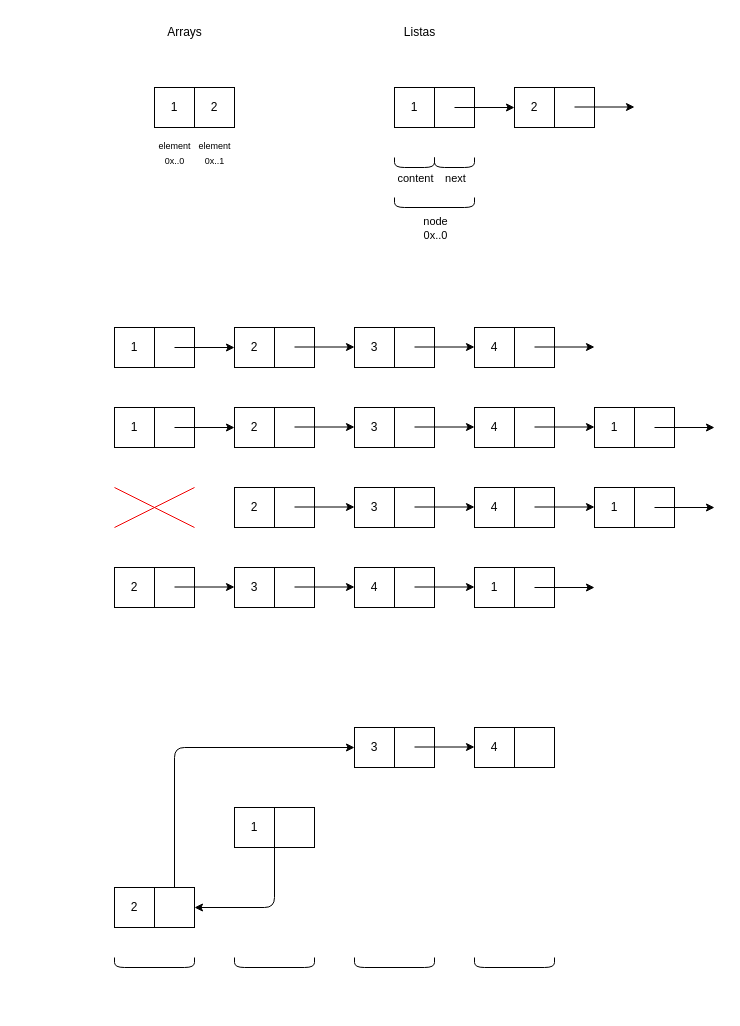
jd17jd/42_Push_swap keeps this draw.io diagram as resources/lists.drawio. Above is the earlier version. Source tidied: cells renumbered, new cells numbered last; positions are measured from the earlier drawing's top-left corner, leaving out a move shared by most shapes. Both pictures are drawn from the tidied source at 100%, with x=0, y=0 at pixel (114, 17).
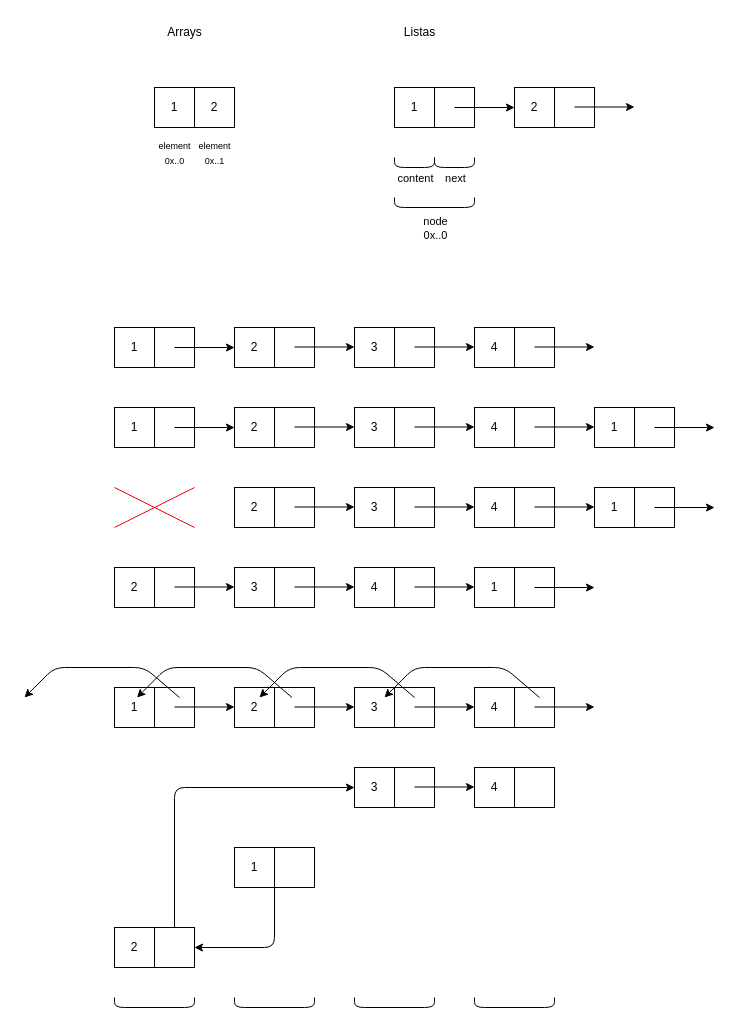
Above is the later version.

Change to the diagram source:
```diff
@@
     <mxCell id="73" style="whiteSpace=wrap;html=1;" parent="1" vertex="1">
-      <mxGeometry x="120" y="790" width="80" height="40" as="geometry" />
+      <mxGeometry x="120" y="830" width="80" height="40" as="geometry" />
     </mxCell>
     <mxCell id="74" style="edgeStyle=none;html=1;entryX=1;entryY=0.5;entryDx=0;entryDy=0;" parent="1" edge="1" source="73" target="76">
       <mxGeometry relative="1" as="geometry">
         <Array as="points">
-          <mxPoint x="160" y="890" />
+          <mxPoint x="160" y="930" />
         </Array>
       </mxGeometry>
     </mxCell>
     <mxCell id="75" value="1" style="whiteSpace=wrap;html=1;" parent="1" vertex="1">
-      <mxGeometry x="120" y="790" width="40" height="40" as="geometry" />
+      <mxGeometry x="120" y="830" width="40" height="40" as="geometry" />
     </mxCell>
     <mxCell id="76" style="whiteSpace=wrap;html=1;" parent="1" vertex="1">
-      <mxGeometry y="870" width="80" height="40" as="geometry" />
+      <mxGeometry y="910" width="80" height="40" as="geometry" />
     </mxCell>
     <mxCell id="77" value="2" style="whiteSpace=wrap;html=1;" parent="1" vertex="1">
-      <mxGeometry y="870" width="40" height="40" as="geometry" />
+      <mxGeometry y="910" width="40" height="40" as="geometry" />
     </mxCell>
     <mxCell id="78" style="edgeStyle=none;jettySize=auto;html=1;entryX=0;entryY=0.5;entryDx=0;entryDy=0;exitX=0.75;exitY=0;exitDx=0;exitDy=0;" parent="1" edge="1" source="76" target="80">
       <mxGeometry relative="1" as="geometry">
         <Array as="points">
-          <mxPoint x="60" y="730" />
+          <mxPoint x="60" y="770" />
         </Array>
       </mxGeometry>
     </mxCell>
     <mxCell id="79" style="whiteSpace=wrap;html=1;" parent="1" vertex="1">
-      <mxGeometry x="240" y="710" width="80" height="40" as="geometry" />
+      <mxGeometry x="240" y="750" width="80" height="40" as="geometry" />
     </mxCell>
     <mxCell id="80" value="3" style="whiteSpace=wrap;html=1;" parent="1" vertex="1">
-      <mxGeometry x="240" y="710" width="40" height="40" as="geometry" />
+      <mxGeometry x="240" y="750" width="40" height="40" as="geometry" />
     </mxCell>
     <mxCell id="81" style="edgeStyle=none;orthogonalLoop=1;jettySize=auto;html=1;" parent="1" edge="1">
       <mxGeometry relative="1" as="geometry">
-        <mxPoint x="300" y="729.5" as="sourcePoint" />
-        <mxPoint x="360" y="729.5" as="targetPoint" />
+        <mxPoint x="300" y="769.5" as="sourcePoint" />
+        <mxPoint x="360" y="769.5" as="targetPoint" />
       </mxGeometry>
     </mxCell>
     <mxCell id="82" style="whiteSpace=wrap;html=1;" parent="1" vertex="1">
-      <mxGeometry x="360" y="710" width="80" height="40" as="geometry" />
+      <mxGeometry x="360" y="750" width="80" height="40" as="geometry" />
     </mxCell>
     <mxCell id="83" value="4" style="whiteSpace=wrap;html=1;" parent="1" vertex="1">
-      <mxGeometry x="360" y="710" width="40" height="40" as="geometry" />
+      <mxGeometry x="360" y="750" width="40" height="40" as="geometry" />
     </mxCell>
     <mxCell id="84" style="endArrow=none;html=1;" parent="1" edge="1">
       <mxGeometry relative="1" as="geometry">
-        <mxPoint y="940" as="sourcePoint" />
-        <mxPoint x="80" y="940" as="targetPoint" />
+        <mxPoint y="980" as="sourcePoint" />
+        <mxPoint x="80" y="980" as="targetPoint" />
         <Array as="points">
-          <mxPoint y="950" />
-          <mxPoint x="80" y="950" />
+          <mxPoint y="990" />
+          <mxPoint x="80" y="990" />
         </Array>
       </mxGeometry>
     </mxCell>
     <mxCell id="85" style="endArrow=none;html=1;" parent="1" edge="1">
       <mxGeometry relative="1" as="geometry">
-        <mxPoint x="120" y="940" as="sourcePoint" />
-        <mxPoint x="200" y="940" as="targetPoint" />
+        <mxPoint x="120" y="980" as="sourcePoint" />
+        <mxPoint x="200" y="980" as="targetPoint" />
         <Array as="points">
-          <mxPoint x="120" y="950" />
-          <mxPoint x="200" y="950" />
+          <mxPoint x="120" y="990" />
+          <mxPoint x="200" y="990" />
         </Array>
       </mxGeometry>
     </mxCell>
     <mxCell id="86" style="endArrow=none;html=1;" parent="1" edge="1">
       <mxGeometry relative="1" as="geometry">
-        <mxPoint x="240" y="940" as="sourcePoint" />
-        <mxPoint x="320" y="940" as="targetPoint" />
+        <mxPoint x="240" y="980" as="sourcePoint" />
+        <mxPoint x="320" y="980" as="targetPoint" />
         <Array as="points">
-          <mxPoint x="240" y="950" />
-          <mxPoint x="320" y="950" />
+          <mxPoint x="240" y="990" />
+          <mxPoint x="320" y="990" />
         </Array>
       </mxGeometry>
     </mxCell>
     <mxCell id="87" style="endArrow=none;html=1;" parent="1" edge="1">
       <mxGeometry relative="1" as="geometry">
-        <mxPoint x="360" y="940" as="sourcePoint" />
-        <mxPoint x="440" y="940" as="targetPoint" />
+        <mxPoint x="360" y="980" as="sourcePoint" />
+        <mxPoint x="440" y="980" as="targetPoint" />
         <Array as="points">
-          <mxPoint x="360" y="950" />
-          <mxPoint x="440" y="950" />
+          <mxPoint x="360" y="990" />
+          <mxPoint x="440" y="990" />
         </Array>
       </mxGeometry>
     </mxCell>
+    <mxCell id="88" style="whiteSpace=wrap;html=1;" parent="1" vertex="1">
+      <mxGeometry x="240" y="670" width="80" height="40" as="geometry" />
+    </mxCell>
+    <mxCell id="89" value="3" style="whiteSpace=wrap;html=1;" parent="1" vertex="1">
+      <mxGeometry x="240" y="670" width="40" height="40" as="geometry" />
+    </mxCell>
+    <mxCell id="90" style="edgeStyle=none;orthogonalLoop=1;jettySize=auto;html=1;" parent="1" edge="1">
+      <mxGeometry relative="1" as="geometry">
+        <mxPoint x="300" y="689.5" as="sourcePoint" />
+        <mxPoint x="360" y="689.5" as="targetPoint" />
+      </mxGeometry>
+    </mxCell>
+    <mxCell id="91" style="whiteSpace=wrap;html=1;" parent="1" vertex="1">
+      <mxGeometry x="360" y="670" width="80" height="40" as="geometry" />
+    </mxCell>
+    <mxCell id="92" value="4" style="whiteSpace=wrap;html=1;" parent="1" vertex="1">
+      <mxGeometry x="360" y="670" width="40" height="40" as="geometry" />
+    </mxCell>
+    <mxCell id="93" style="whiteSpace=wrap;html=1;" parent="1" vertex="1">
+      <mxGeometry y="670" width="80" height="40" as="geometry" />
+    </mxCell>
+    <mxCell id="94" value="1" style="whiteSpace=wrap;html=1;" parent="1" vertex="1">
+      <mxGeometry y="670" width="40" height="40" as="geometry" />
+    </mxCell>
+    <mxCell id="95" style="whiteSpace=wrap;html=1;" parent="1" vertex="1">
+      <mxGeometry x="120" y="670" width="80" height="40" as="geometry" />
+    </mxCell>
+    <mxCell id="96" style="edgeStyle=none;orthogonalLoop=1;jettySize=auto;html=1;" parent="1" edge="1">
+      <mxGeometry relative="1" as="geometry">
+        <mxPoint x="60" y="689.5" as="sourcePoint" />
+        <mxPoint x="120" y="689.5" as="targetPoint" />
+      </mxGeometry>
+    </mxCell>
+    <mxCell id="97" value="2" style="whiteSpace=wrap;html=1;" parent="1" vertex="1">
+      <mxGeometry x="120" y="670" width="40" height="40" as="geometry" />
+    </mxCell>
+    <mxCell id="98" style="edgeStyle=none;orthogonalLoop=1;jettySize=auto;html=1;" parent="1" edge="1">
+      <mxGeometry relative="1" as="geometry">
+        <mxPoint x="180" y="689.5" as="sourcePoint" />
+        <mxPoint x="240" y="689.5" as="targetPoint" />
+      </mxGeometry>
+    </mxCell>
+    <mxCell id="99" style="edgeStyle=none;orthogonalLoop=1;jettySize=auto;html=1;" parent="1" edge="1">
+      <mxGeometry relative="1" as="geometry">
+        <mxPoint x="300" y="680" as="sourcePoint" />
+        <mxPoint x="145" y="680" as="targetPoint" />
+        <Array as="points">
+          <mxPoint x="265" y="650" />
+          <mxPoint x="175" y="650" />
+        </Array>
+      </mxGeometry>
+    </mxCell>
+    <mxCell id="100" style="edgeStyle=none;orthogonalLoop=1;jettySize=auto;html=1;" parent="1" edge="1">
+      <mxGeometry relative="1" as="geometry">
+        <mxPoint x="177.5" y="680" as="sourcePoint" />
+        <mxPoint x="22.5" y="680" as="targetPoint" />
+        <Array as="points">
+          <mxPoint x="142.5" y="650" />
+          <mxPoint x="52.5" y="650" />
+        </Array>
+      </mxGeometry>
+    </mxCell>
+    <mxCell id="101" style="edgeStyle=none;orthogonalLoop=1;jettySize=auto;html=1;" parent="1" edge="1">
+      <mxGeometry relative="1" as="geometry">
+        <mxPoint x="425" y="680" as="sourcePoint" />
+        <mxPoint x="270" y="680" as="targetPoint" />
+        <Array as="points">
+          <mxPoint x="390" y="650" />
+          <mxPoint x="300" y="650" />
+        </Array>
+      </mxGeometry>
+    </mxCell>
+    <mxCell id="102" style="edgeStyle=none;orthogonalLoop=1;jettySize=auto;html=1;" parent="1" edge="1">
+      <mxGeometry relative="1" as="geometry">
+        <mxPoint x="65" y="680" as="sourcePoint" />
+        <mxPoint x="-90" y="680" as="targetPoint" />
+        <Array as="points">
+          <mxPoint x="30" y="650" />
+          <mxPoint x="-60" y="650" />
+        </Array>
+      </mxGeometry>
+    </mxCell>
+    <mxCell id="103" style="edgeStyle=none;orthogonalLoop=1;jettySize=auto;html=1;" parent="1" edge="1">
+      <mxGeometry relative="1" as="geometry">
+        <mxPoint x="420" y="689.5" as="sourcePoint" />
+        <mxPoint x="480" y="689.5" as="targetPoint" />
+      </mxGeometry>
+    </mxCell>
```
